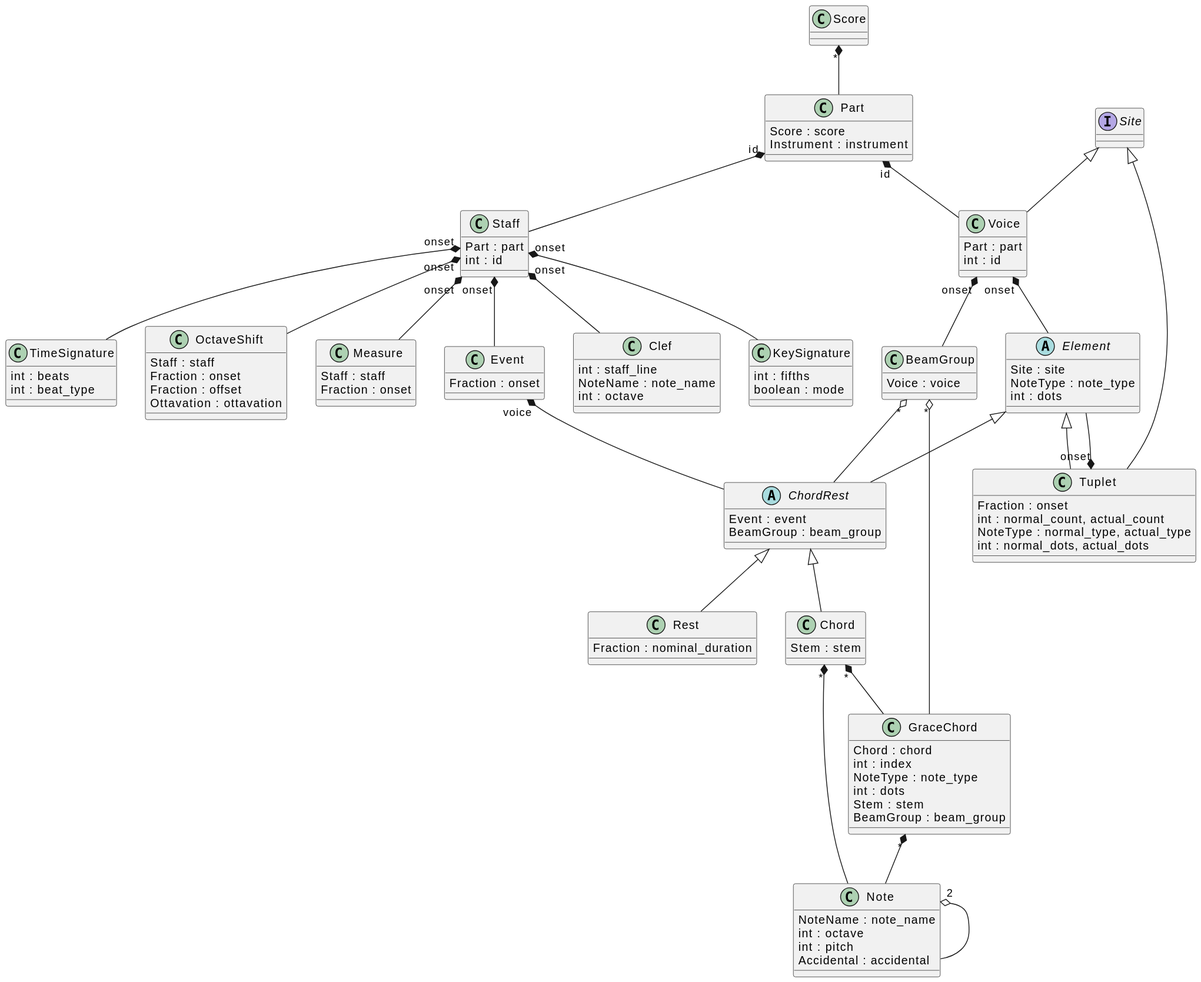
This is docs/model.svg from Daniel63656/MusicModelPython, a PlantUML export, as it was before one commit.
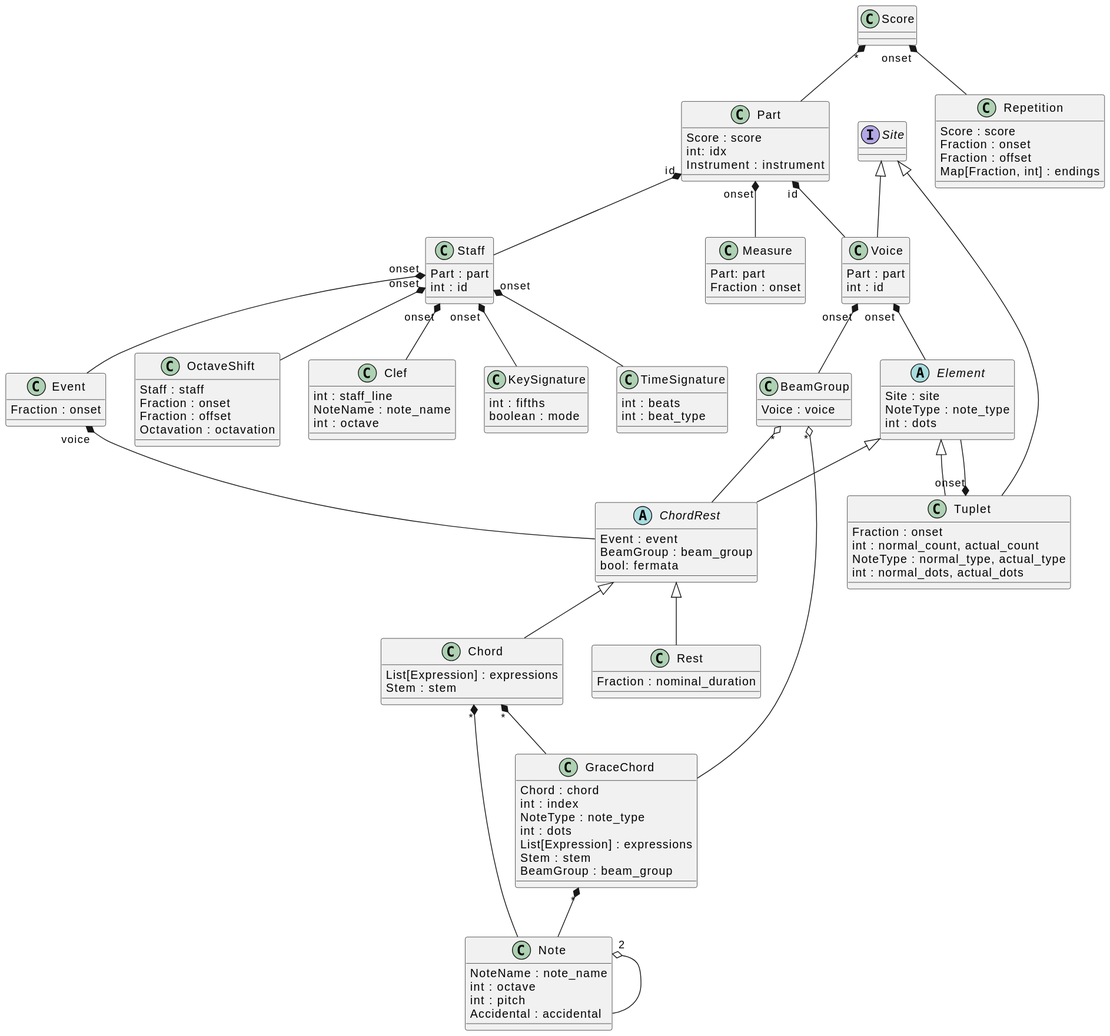
Later version of the same file.

Diff of the diagram source:
```diff
@@ -1,8 +1,15 @@
 @startuml
 class Score {
 }
+class Repetition {
+Score : score
+Fraction : onset
+Fraction : offset
+Map[Fraction, int] : endings
+}
 class Part {
 Score : score
+int: idx
 Instrument : instrument
 }
 class Staff {
@@ -29,10 +36,10 @@
 Staff : staff
 Fraction : onset
 Fraction : offset
-Ottavation : ottavation
+Octavation : octavation
 }
 class Measure {
-Staff : staff
+Part: part
 Fraction : onset
 }
 interface Site {
@@ -55,8 +62,10 @@
 abstract class ChordRest {
 Event : event
 BeamGroup : beam_group
+bool: fermata
 }
 class Chord {
+List[Expression] : expressions
 Stem : stem
 }
 class Rest {
@@ -67,6 +76,7 @@
 int : index
 NoteType : note_type
 int : dots
+List[Expression] : expressions
 Stem : stem
 BeamGroup : beam_group
 }
@@ -82,6 +92,7 @@
 
 
 Score "*" *-- Part
+Score "onset" *-- Repetition
 Part "id" *-- Staff
 Part "id" *-- Voice
 Staff "onset" *--Event
@@ -89,7 +100,7 @@
 Staff "onset" *--KeySignature
 Staff "onset" *--TimeSignature
 Staff "onset" *--OctaveShift
-Staff "onset" *-- Measure
+Part "onset" *-- Measure
 Voice "onset" *-- BeamGroup
 Site <|-- Voice
 Site <|-- Tuplet
```
